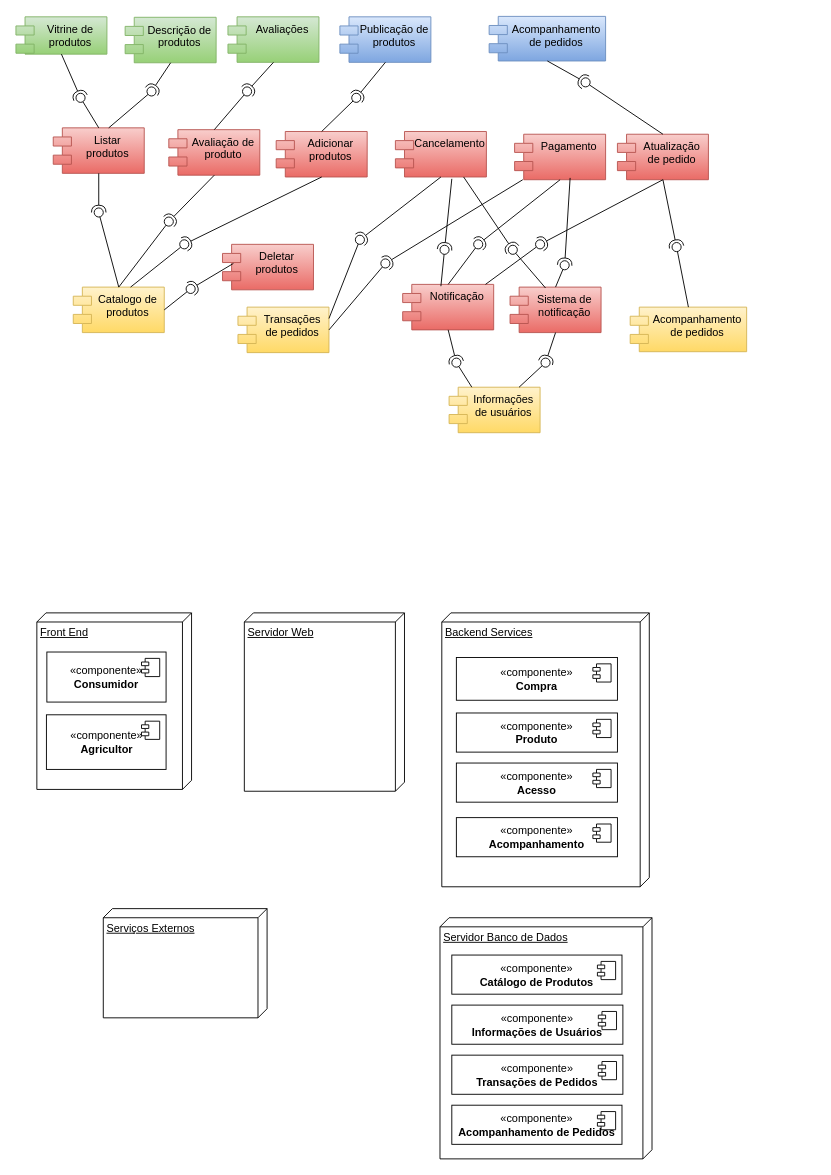
davimicale/Patinho-Feio-do-Legume keeps this draw.io diagram as Diagrama sem nome.drawio. Above is the earlier version. Source tidied: cells renumbered, new cells numbered last; positions are measured from the earlier drawing's top-left corner, leaving out a move shared by most shapes. Both pictures are drawn from the tidied source at 91%, with x=0, y=0 at pixel (15, 15).
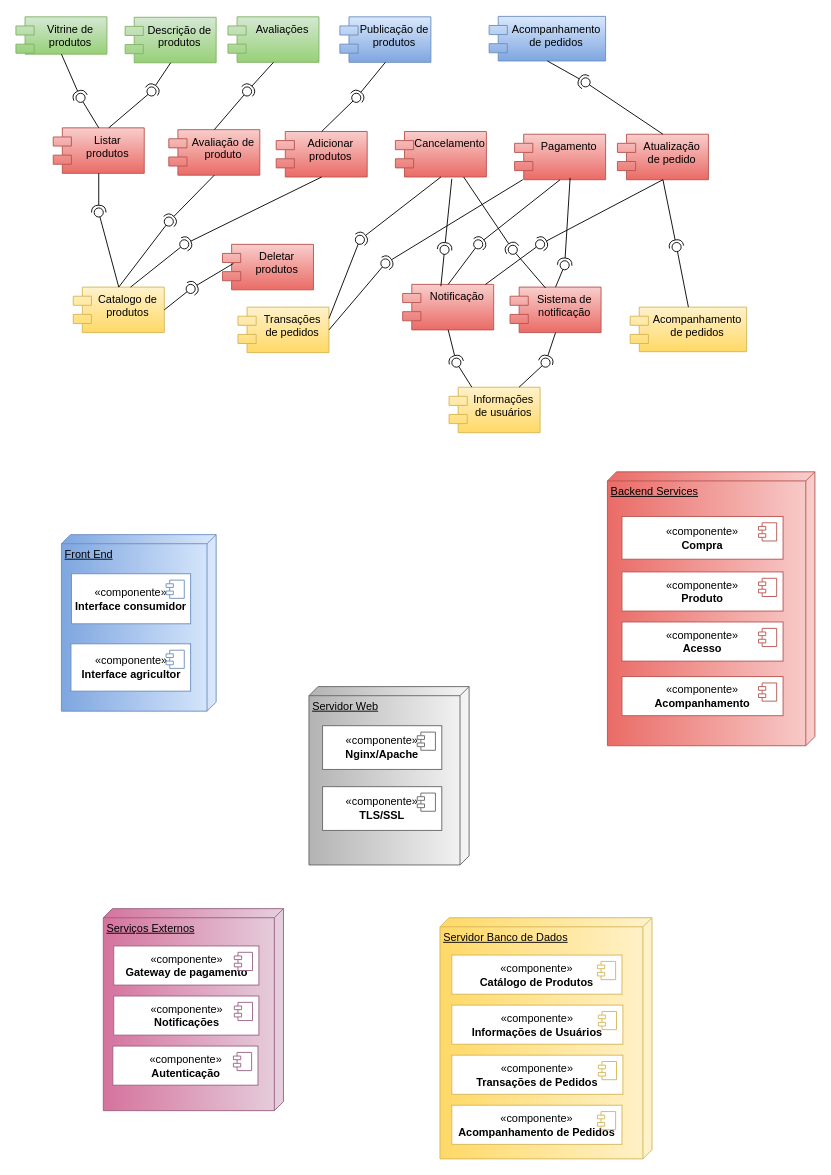
After the change.

Diff of the diagram source:
```diff
@@
-    <mxCell id="77" value="Front End" style="verticalAlign=top;align=left;spacingTop=8;spacingLeft=2;spacingRight=12;shape=cube;size=10;direction=south;fontStyle=4;html=1;whiteSpace=wrap;" parent="1" vertex="1">
-      <mxGeometry x="23" y="656" width="170" height="194" as="geometry" />
+    <mxCell id="77" value="Front End" style="verticalAlign=top;align=left;spacingTop=8;spacingLeft=2;spacingRight=12;shape=cube;size=10;direction=south;fontStyle=4;html=1;whiteSpace=wrap;fillColor=#dae8fc;gradientColor=#7ea6e0;strokeColor=#6C8EBF;" parent="1" vertex="1">
+      <mxGeometry x="50" y="570" width="170" height="194" as="geometry" />
     </mxCell>
-    <mxCell id="78" value="Servidor Web" style="verticalAlign=top;align=left;spacingTop=8;spacingLeft=2;spacingRight=12;shape=cube;size=10;direction=south;fontStyle=4;html=1;whiteSpace=wrap;" parent="1" vertex="1">
-      <mxGeometry x="251" y="656" width="176" height="196" as="geometry" />
+    <mxCell id="78" value="Servidor Web" style="verticalAlign=top;align=left;spacingTop=8;spacingLeft=2;spacingRight=12;shape=cube;size=10;direction=south;fontStyle=4;html=1;whiteSpace=wrap;fillColor=#f5f5f5;gradientColor=#b3b3b3;strokeColor=#666666;" parent="1" vertex="1">
+      <mxGeometry x="322" y="737" width="176" height="196" as="geometry" />
     </mxCell>
-    <mxCell id="79" value="Backend Services&lt;div&gt;&lt;br&gt;&lt;/div&gt;" style="verticalAlign=top;align=left;spacingTop=8;spacingLeft=2;spacingRight=12;shape=cube;size=10;direction=south;fontStyle=4;html=1;whiteSpace=wrap;" parent="1" vertex="1">
-      <mxGeometry x="468" y="656" width="228" height="301" as="geometry" />
+    <mxCell id="79" value="Backend Services&lt;div&gt;&lt;br&gt;&lt;/div&gt;" style="verticalAlign=top;align=left;spacingTop=8;spacingLeft=2;spacingRight=12;shape=cube;size=10;direction=south;fontStyle=4;html=1;whiteSpace=wrap;fillColor=#f8cecc;strokeColor=#b85450;gradientColor=#ea6b66;" parent="1" vertex="1">
+      <mxGeometry x="650" y="501" width="228" height="301" as="geometry" />
     </mxCell>
-    <mxCell id="80" value="Servidor Banco de Dados" style="verticalAlign=top;align=left;spacingTop=8;spacingLeft=2;spacingRight=12;shape=cube;size=10;direction=south;fontStyle=4;html=1;whiteSpace=wrap;" parent="1" vertex="1">
+    <mxCell id="80" value="Servidor Banco de Dados" style="verticalAlign=top;align=left;spacingTop=8;spacingLeft=2;spacingRight=12;shape=cube;size=10;direction=south;fontStyle=4;html=1;whiteSpace=wrap;fillColor=#fff2cc;gradientColor=#ffd966;strokeColor=#D6B656;" parent="1" vertex="1">
       <mxGeometry x="466" y="991" width="233" height="265" as="geometry" />
     </mxCell>
-    <mxCell id="81" value="Serviços Externos" style="verticalAlign=top;align=left;spacingTop=8;spacingLeft=2;spacingRight=12;shape=cube;size=10;direction=south;fontStyle=4;html=1;whiteSpace=wrap;" parent="1" vertex="1">
-      <mxGeometry x="96" y="981" width="180" height="120" as="geometry" />
+    <mxCell id="81" value="Serviços Externos" style="verticalAlign=top;align=left;spacingTop=8;spacingLeft=2;spacingRight=12;shape=cube;size=10;direction=south;fontStyle=4;html=1;whiteSpace=wrap;fillColor=#e6d0de;strokeColor=#996185;gradientColor=#d5739d;" parent="1" vertex="1">
+      <mxGeometry x="96" y="981" width="198" height="222" as="geometry" />
     </mxCell>
-    <mxCell id="82" value="«componente»&lt;br&gt;&lt;b&gt;Consumidor&lt;/b&gt;" style="html=1;whiteSpace=wrap;" parent="1" vertex="1">
-      <mxGeometry x="34" y="699" width="131" height="55" as="geometry" />
+    <mxCell id="82" value="«componente»&lt;br&gt;&lt;b&gt;Interface consumidor&lt;/b&gt;" style="html=1;whiteSpace=wrap;strokeColor=#6C8EBF;" parent="1" vertex="1">
+      <mxGeometry x="61" y="613" width="131" height="55" as="geometry" />
     </mxCell>
-    <mxCell id="83" style="shape=module;jettyWidth=8;jettyHeight=4;" parent="82" vertex="1">
+    <mxCell id="83" style="shape=module;jettyWidth=8;jettyHeight=4;strokeColor=#6C8EBF;" parent="82" vertex="1">
       <mxGeometry x="1" width="20" height="20" relative="1" as="geometry">
         <mxPoint x="-27" y="7" as="offset" />
       </mxGeometry>
     </mxCell>
-    <mxCell id="84" value="«componente»&lt;br&gt;&lt;b&gt;Agricultor&lt;/b&gt;" style="html=1;whiteSpace=wrap;" parent="1" vertex="1">
-      <mxGeometry x="33.5" y="768" width="131.5" height="60" as="geometry" />
+    <mxCell id="84" value="«componente»&lt;br&gt;&lt;b&gt;Interface agricultor&lt;/b&gt;" style="html=1;whiteSpace=wrap;strokeColor=#6C8EBF;" parent="1" vertex="1">
+      <mxGeometry x="60.5" y="690" width="131.5" height="52" as="geometry" />
     </mxCell>
-    <mxCell id="85" style="shape=module;jettyWidth=8;jettyHeight=4;" parent="84" vertex="1">
+    <mxCell id="85" style="shape=module;jettyWidth=8;jettyHeight=4;strokeColor=#6C8EBF;" parent="84" vertex="1">
       <mxGeometry x="1" width="20" height="20" relative="1" as="geometry">
         <mxPoint x="-27" y="7" as="offset" />
       </mxGeometry>
     </mxCell>
-    <mxCell id="86" value="«componente»&lt;br&gt;&lt;b&gt;Compra&lt;/b&gt;" style="html=1;whiteSpace=wrap;" parent="1" vertex="1">
-      <mxGeometry x="484" y="705" width="177" height="47" as="geometry" />
+    <mxCell id="86" value="«componente»&lt;br&gt;&lt;b&gt;Compra&lt;/b&gt;" style="html=1;whiteSpace=wrap;strokeColor=#B85450;" parent="1" vertex="1">
+      <mxGeometry x="666" y="550" width="177" height="47" as="geometry" />
     </mxCell>
-    <mxCell id="87" style="shape=module;jettyWidth=8;jettyHeight=4;" parent="86" vertex="1">
+    <mxCell id="87" style="shape=module;jettyWidth=8;jettyHeight=4;strokeColor=#B85450;" parent="86" vertex="1">
       <mxGeometry x="1" width="20" height="20" relative="1" as="geometry">
         <mxPoint x="-27" y="7" as="offset" />
       </mxGeometry>
     </mxCell>
-    <mxCell id="88" value="«componente»&lt;br&gt;&lt;b&gt;Produto&lt;/b&gt;" style="html=1;whiteSpace=wrap;" parent="1" vertex="1">
-      <mxGeometry x="484" y="766" width="177" height="43" as="geometry" />
+    <mxCell id="88" value="«componente»&lt;br&gt;&lt;b&gt;Produto&lt;/b&gt;" style="html=1;whiteSpace=wrap;strokeColor=#B85450;" parent="1" vertex="1">
+      <mxGeometry x="666" y="611" width="177" height="43" as="geometry" />
     </mxCell>
-    <mxCell id="89" style="shape=module;jettyWidth=8;jettyHeight=4;" parent="88" vertex="1">
+    <mxCell id="89" style="shape=module;jettyWidth=8;jettyHeight=4;strokeColor=#B85450;" parent="88" vertex="1">
       <mxGeometry x="1" width="20" height="20" relative="1" as="geometry">
         <mxPoint x="-27" y="7" as="offset" />
       </mxGeometry>
     </mxCell>
-    <mxCell id="90" value="«componente»&lt;br&gt;&lt;b&gt;Acesso&lt;/b&gt;" style="html=1;whiteSpace=wrap;" parent="1" vertex="1">
-      <mxGeometry x="484" y="821" width="177" height="43" as="geometry" />
+    <mxCell id="90" value="«componente»&lt;br&gt;&lt;b&gt;Acesso&lt;/b&gt;" style="html=1;whiteSpace=wrap;strokeColor=#B85450;" parent="1" vertex="1">
+      <mxGeometry x="666" y="666" width="177" height="43" as="geometry" />
     </mxCell>
-    <mxCell id="91" style="shape=module;jettyWidth=8;jettyHeight=4;" parent="90" vertex="1">
+    <mxCell id="91" style="shape=module;jettyWidth=8;jettyHeight=4;strokeColor=#B85450;" parent="90" vertex="1">
       <mxGeometry x="1" width="20" height="20" relative="1" as="geometry">
         <mxPoint x="-27" y="7" as="offset" />
       </mxGeometry>
     </mxCell>
-    <mxCell id="92" value="«componente»&lt;br&gt;&lt;b&gt;Acompanhamento&lt;/b&gt;" style="html=1;whiteSpace=wrap;" parent="1" vertex="1">
-      <mxGeometry x="484" y="881" width="177" height="43" as="geometry" />
+    <mxCell id="92" value="«componente»&lt;br&gt;&lt;b&gt;Acompanhamento&lt;/b&gt;" style="html=1;whiteSpace=wrap;strokeColor=#B85450;" parent="1" vertex="1">
+      <mxGeometry x="666" y="726" width="177" height="43" as="geometry" />
     </mxCell>
-    <mxCell id="93" style="shape=module;jettyWidth=8;jettyHeight=4;" parent="92" vertex="1">
+    <mxCell id="93" style="shape=module;jettyWidth=8;jettyHeight=4;strokeColor=#B85450;" parent="92" vertex="1">
       <mxGeometry x="1" width="20" height="20" relative="1" as="geometry">
         <mxPoint x="-27" y="7" as="offset" />
       </mxGeometry>
     </mxCell>
-    <mxCell id="94" value="«componente»&lt;br&gt;&lt;b&gt;Catálogo de Produtos&lt;/b&gt;" style="html=1;whiteSpace=wrap;" parent="1" vertex="1">
+    <mxCell id="94" value="«componente»&lt;br&gt;&lt;b&gt;Catálogo de Produtos&lt;/b&gt;" style="html=1;whiteSpace=wrap;strokeColor=#D6B656;" parent="1" vertex="1">
       <mxGeometry x="479" y="1032" width="187" height="43" as="geometry" />
     </mxCell>
-    <mxCell id="95" style="shape=module;jettyWidth=8;jettyHeight=4;" parent="94" vertex="1">
+    <mxCell id="95" style="shape=module;jettyWidth=8;jettyHeight=4;strokeColor=#D6B656;" parent="94" vertex="1">
       <mxGeometry x="1" width="20" height="20" relative="1" as="geometry">
         <mxPoint x="-27" y="7" as="offset" />
       </mxGeometry>
     </mxCell>
-    <mxCell id="96" value="«componente»&lt;br&gt;&lt;b&gt;Informações de Usuários&lt;/b&gt;" style="html=1;whiteSpace=wrap;" parent="1" vertex="1">
+    <mxCell id="96" value="«componente»&lt;br&gt;&lt;b&gt;Informações de Usuários&lt;/b&gt;" style="html=1;whiteSpace=wrap;strokeColor=#D6B656;" parent="1" vertex="1">
       <mxGeometry x="479" y="1087" width="188" height="43" as="geometry" />
     </mxCell>
-    <mxCell id="97" style="shape=module;jettyWidth=8;jettyHeight=4;" parent="96" vertex="1">
+    <mxCell id="97" style="shape=module;jettyWidth=8;jettyHeight=4;strokeColor=#D6B656;" parent="96" vertex="1">
       <mxGeometry x="1" width="20" height="20" relative="1" as="geometry">
         <mxPoint x="-27" y="7" as="offset" />
       </mxGeometry>
     </mxCell>
-    <mxCell id="98" value="«componente»&lt;br&gt;&lt;b&gt;Transações de Pedidos&lt;/b&gt;" style="html=1;whiteSpace=wrap;" parent="1" vertex="1">
+    <mxCell id="98" value="«componente»&lt;br&gt;&lt;b&gt;Transações de Pedidos&lt;/b&gt;" style="html=1;whiteSpace=wrap;strokeColor=#D6B656;" parent="1" vertex="1">
       <mxGeometry x="479" y="1142" width="188" height="43" as="geometry" />
     </mxCell>
-    <mxCell id="99" style="shape=module;jettyWidth=8;jettyHeight=4;" parent="98" vertex="1">
+    <mxCell id="99" style="shape=module;jettyWidth=8;jettyHeight=4;strokeColor=#D6B656;" parent="98" vertex="1">
       <mxGeometry x="1" width="20" height="20" relative="1" as="geometry">
         <mxPoint x="-27" y="7" as="offset" />
       </mxGeometry>
     </mxCell>
-    <mxCell id="100" value="«componente»&lt;br&gt;&lt;b&gt;Acompanhamento de Pedidos&lt;/b&gt;" style="html=1;whiteSpace=wrap;" parent="1" vertex="1">
+    <mxCell id="100" value="«componente»&lt;br&gt;&lt;b&gt;Acompanhamento de Pedidos&lt;/b&gt;" style="html=1;whiteSpace=wrap;strokeColor=#D6B656;" parent="1" vertex="1">
       <mxGeometry x="479" y="1197" width="187" height="43" as="geometry" />
     </mxCell>
-    <mxCell id="101" style="shape=module;jettyWidth=8;jettyHeight=4;" parent="100" vertex="1">
+    <mxCell id="101" style="shape=module;jettyWidth=8;jettyHeight=4;strokeColor=#D6B656;" parent="100" vertex="1">
       <mxGeometry x="1" width="20" height="20" relative="1" as="geometry">
         <mxPoint x="-27" y="7" as="offset" />
       </mxGeometry>
     </mxCell>
+    <mxCell id="102" value="«componente»&lt;br&gt;&lt;b&gt;Nginx/Apache&lt;/b&gt;" style="html=1;whiteSpace=wrap;strokeColor=#666666;" parent="1" vertex="1">
+      <mxGeometry x="337" y="780" width="131" height="48" as="geometry" />
+    </mxCell>
+    <mxCell id="103" style="shape=module;jettyWidth=8;jettyHeight=4;strokeColor=#666666;" parent="102" vertex="1">
+      <mxGeometry x="1" width="20" height="20" relative="1" as="geometry">
+        <mxPoint x="-27" y="7" as="offset" />
+      </mxGeometry>
+    </mxCell>
+    <mxCell id="104" value="«componente»&lt;br&gt;&lt;b&gt;TLS/SSL&lt;/b&gt;" style="html=1;whiteSpace=wrap;strokeColor=#666666;" parent="1" vertex="1">
+      <mxGeometry x="337" y="847" width="131" height="48" as="geometry" />
+    </mxCell>
+    <mxCell id="105" style="shape=module;jettyWidth=8;jettyHeight=4;strokeColor=#666666;" parent="104" vertex="1">
+      <mxGeometry x="1" width="20" height="20" relative="1" as="geometry">
+        <mxPoint x="-27" y="7" as="offset" />
+      </mxGeometry>
+    </mxCell>
+    <mxCell id="106" value="«componente»&lt;br&gt;&lt;b&gt;Gateway de pagamento&lt;/b&gt;" style="html=1;whiteSpace=wrap;strokeColor=#996185;" parent="1" vertex="1">
+      <mxGeometry x="107.5" y="1022" width="159.5" height="43" as="geometry" />
+    </mxCell>
+    <mxCell id="107" style="shape=module;jettyWidth=8;jettyHeight=4;strokeColor=#996185;" parent="106" vertex="1">
+      <mxGeometry x="1" width="20" height="20" relative="1" as="geometry">
+        <mxPoint x="-27" y="7" as="offset" />
+      </mxGeometry>
+    </mxCell>
+    <mxCell id="108" value="«componente»&lt;br&gt;&lt;b&gt;Notificações&lt;/b&gt;" style="html=1;whiteSpace=wrap;strokeColor=#996185;" parent="1" vertex="1">
+      <mxGeometry x="107.5" y="1077" width="159.5" height="43" as="geometry" />
+    </mxCell>
+    <mxCell id="109" style="shape=module;jettyWidth=8;jettyHeight=4;strokeColor=#996185;" parent="108" vertex="1">
+      <mxGeometry x="1" width="20" height="20" relative="1" as="geometry">
+        <mxPoint x="-27" y="7" as="offset" />
+      </mxGeometry>
+    </mxCell>
+    <mxCell id="110" value="«componente»&lt;br&gt;&lt;b&gt;Autenticação&lt;/b&gt;" style="html=1;whiteSpace=wrap;strokeColor=#996185;" parent="1" vertex="1">
+      <mxGeometry x="106.5" y="1132" width="159.5" height="43" as="geometry" />
+    </mxCell>
+    <mxCell id="111" style="shape=module;jettyWidth=8;jettyHeight=4;strokeColor=#996185;" parent="110" vertex="1">
+      <mxGeometry x="1" width="20" height="20" relative="1" as="geometry">
+        <mxPoint x="-27" y="7" as="offset" />
+      </mxGeometry>
+    </mxCell>
```
